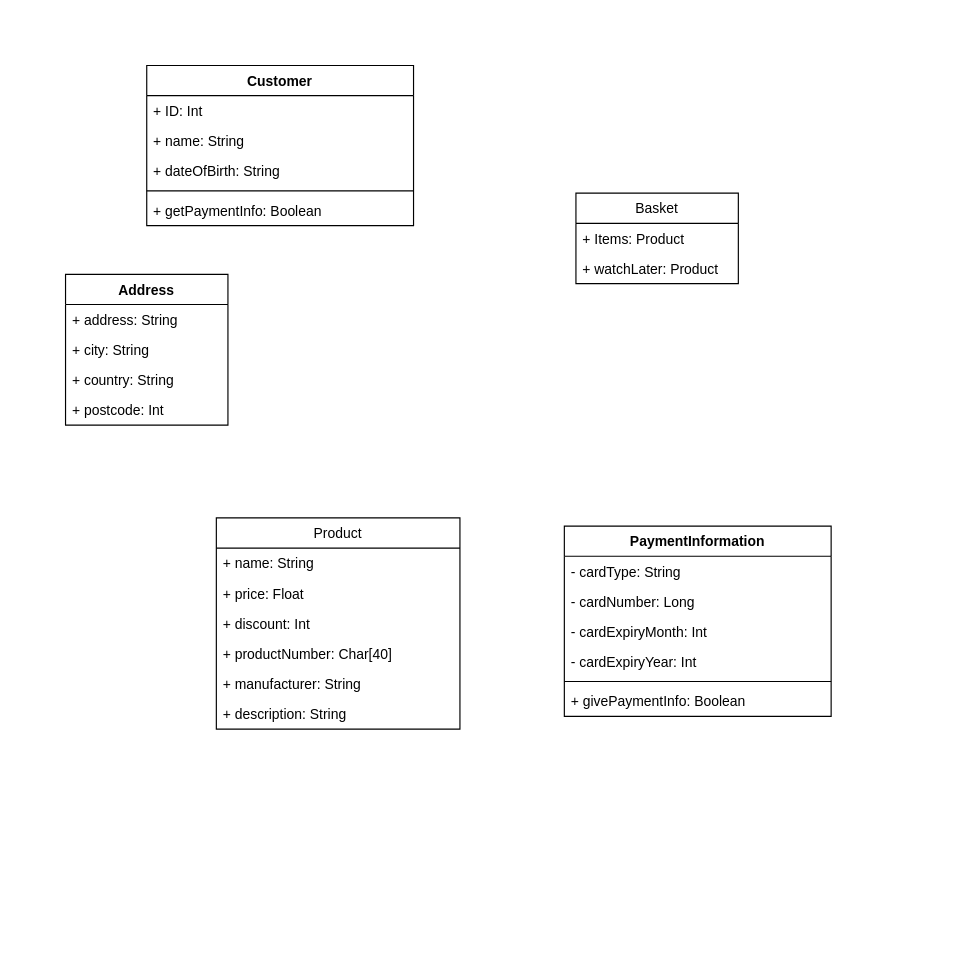
This is Untitled Diagram.drawio from dark-silver/studio_A, a draw.io file, before an edit. Source tidied: cells renumbered, new cells numbered last; positions are measured from the earlier drawing's top-left corner, leaving out a move shared by most shapes. Both pictures are drawn from the tidied source at 116%, with x=0, y=0 at pixel (65, 65).
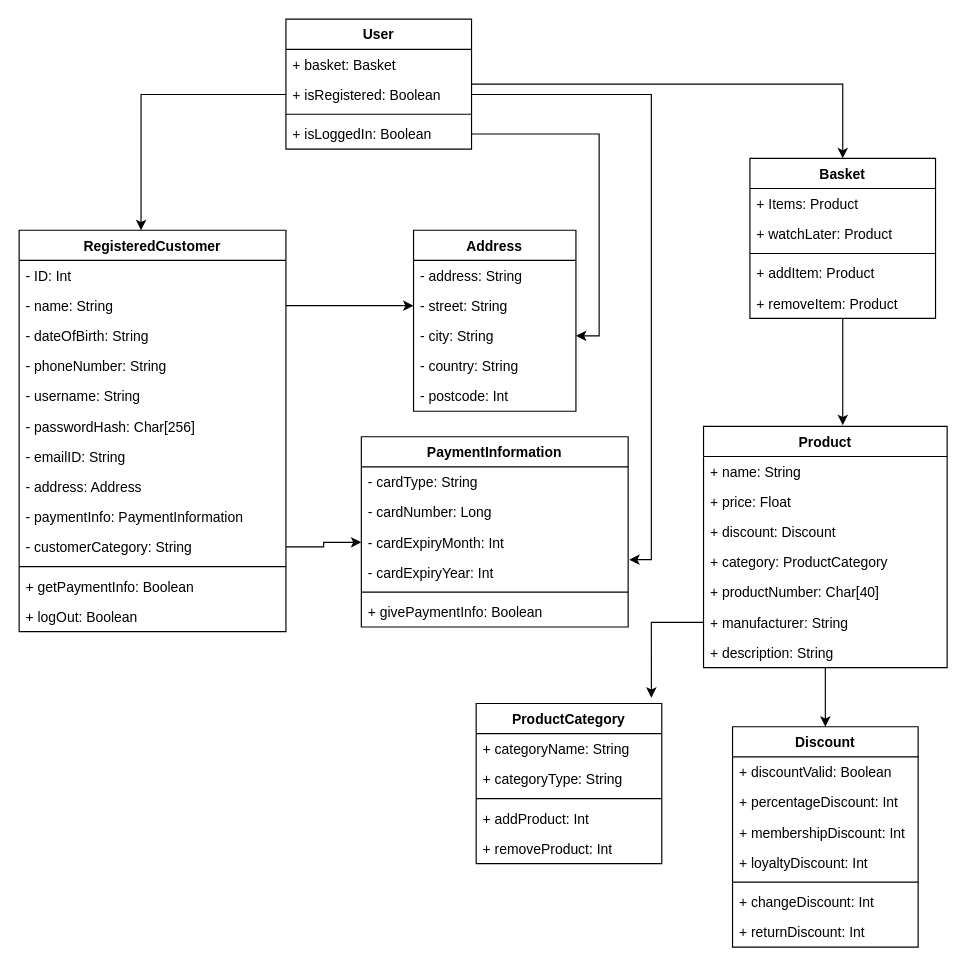
The same page after the edit.

The change refers to these unchanged cells:
```xml
<mxCell id="26" value="- cardExpiryMonth: Int" style="text;strokeColor=none;fillColor=none;align=left;verticalAlign=top;spacingLeft=4;spacingRight=4;overflow=hidden;points=[[0,0.5],[1,0.5]];portConstraint=eastwest;" parent="23" vertex="1">
  <mxGeometry y="78" width="230" height="26" as="geometry" />
</mxCell>
<mxCell id="27" value="- cardExpiryYear: Int" style="text;strokeColor=none;fillColor=none;align=left;verticalAlign=top;spacingLeft=4;spacingRight=4;overflow=hidden;points=[[0,0.5],[1,0.5]];portConstraint=eastwest;" parent="23" vertex="1">
  <mxGeometry y="104" width="230" height="26" as="geometry" />
</mxCell>
```

What changed in the source:
```diff
@@
+    <mxCell id="30" style="edgeStyle=orthogonalEdgeStyle;rounded=0;jettySize=auto;html=1;entryX=0.5;entryY=0;entryDx=0;entryDy=0;endArrow=classic;endFill=1;" parent="1" edge="1" source="2" target="51">
+      <mxGeometry relative="1" as="geometry" />
+    </mxCell>
-    <mxCell id="2" value="Product" style="swimlane;fontStyle=0;horizontal=1;startSize=26;fillColor=none;" parent="1" vertex="1">
-      <mxGeometry x="130" y="390" width="210" height="182" as="geometry" />
+    <mxCell id="2" value="Product" style="swimlane;fontStyle=1;horizontal=1;startSize=26;fillColor=none;" parent="1" vertex="1">
+      <mxGeometry x="550" y="311" width="210" height="208" as="geometry" />
     </mxCell>
@@
-    <mxCell id="5" value="+ discount: Int" style="text;strokeColor=none;fillColor=none;align=left;verticalAlign=top;spacingLeft=4;spacingRight=4;overflow=hidden;" parent="2" vertex="1">
+    <mxCell id="5" value="+ discount: Discount" style="text;strokeColor=none;fillColor=none;align=left;verticalAlign=top;spacingLeft=4;spacingRight=4;overflow=hidden;" parent="2" vertex="1">
       <mxGeometry y="78" width="210" height="26" as="geometry" />
     </mxCell>
+    <mxCell id="31" value="+ category: ProductCategory" style="text;strokeColor=none;fillColor=none;align=left;verticalAlign=top;spacingLeft=4;spacingRight=4;overflow=hidden;" parent="2" vertex="1">
+      <mxGeometry y="104" width="210" height="26" as="geometry" />
+    </mxCell>
     <mxCell id="6" value="+ productNumber: Char[40]" style="text;strokeColor=none;fillColor=none;align=left;verticalAlign=top;spacingLeft=4;spacingRight=4;overflow=hidden;" parent="2" vertex="1">
-      <mxGeometry y="104" width="210" height="26" as="geometry" />
+      <mxGeometry y="130" width="210" height="26" as="geometry" />
     </mxCell>
     <mxCell id="7" value="+ manufacturer: String" style="text;strokeColor=none;fillColor=none;align=left;verticalAlign=top;spacingLeft=4;spacingRight=4;overflow=hidden;points=[[0,0.5],[1,0.5]];portConstraint=eastwest;" parent="2" vertex="1">
-      <mxGeometry y="130" width="210" height="26" as="geometry" />
+      <mxGeometry y="156" width="210" height="26" as="geometry" />
     </mxCell>
     <mxCell id="8" value="+ description: String" style="text;strokeColor=none;fillColor=none;align=left;verticalAlign=top;spacingLeft=4;spacingRight=4;overflow=hidden;" parent="2" vertex="1">
-      <mxGeometry y="156" width="210" height="26" as="geometry" />
+      <mxGeometry y="182" width="210" height="26" as="geometry" />
     </mxCell>
-    <mxCell id="9" value="Customer" style="swimlane;fontStyle=1;align=center;verticalAlign=top;horizontal=1;startSize=26;" parent="1" vertex="1">
-      <mxGeometry x="70" width="230" height="138" as="geometry" />
+    <mxCell id="9" value="RegisteredCustomer" style="swimlane;fontStyle=1;align=center;verticalAlign=top;horizontal=1;startSize=26;" parent="1" vertex="1">
+      <mxGeometry x="-40" y="142" width="230" height="346" as="geometry" />
     </mxCell>
-    <mxCell id="10" value="+ ID: Int" style="text;strokeColor=none;fillColor=none;align=left;verticalAlign=top;spacingLeft=4;spacingRight=4;overflow=hidden;" parent="9" vertex="1">
+    <mxCell id="10" value="- ID: Int" style="text;strokeColor=none;fillColor=none;align=left;verticalAlign=top;spacingLeft=4;spacingRight=4;overflow=hidden;" parent="9" vertex="1">
       <mxGeometry y="26" width="230" height="26" as="geometry" />
     </mxCell>
-    <mxCell id="11" value="+ name: String" style="text;strokeColor=none;fillColor=none;align=left;verticalAlign=top;spacingLeft=4;spacingRight=4;overflow=hidden;points=[[0,0.5],[1,0.5]];portConstraint=eastwest;" parent="9" vertex="1">
+    <mxCell id="11" value="- name: String" style="text;strokeColor=none;fillColor=none;align=left;verticalAlign=top;spacingLeft=4;spacingRight=4;overflow=hidden;points=[[0,0.5],[1,0.5]];portConstraint=eastwest;" parent="9" vertex="1">
       <mxGeometry y="52" width="230" height="26" as="geometry" />
     </mxCell>
-    <mxCell id="12" value="+ dateOfBirth: String" style="text;strokeColor=none;fillColor=none;align=left;verticalAlign=top;spacingLeft=4;spacingRight=4;overflow=hidden;" parent="9" vertex="1">
+    <mxCell id="12" value="- dateOfBirth: String" style="text;strokeColor=none;fillColor=none;align=left;verticalAlign=top;spacingLeft=4;spacingRight=4;overflow=hidden;" parent="9" vertex="1">
       <mxGeometry y="78" width="230" height="26" as="geometry" />
     </mxCell>
+    <mxCell id="32" value="- phoneNumber: String" style="text;strokeColor=none;fillColor=none;align=left;verticalAlign=top;spacingLeft=4;spacingRight=4;overflow=hidden;" parent="9" vertex="1">
+      <mxGeometry y="104" width="230" height="26" as="geometry" />
+    </mxCell>
+    <mxCell id="33" value="- username: String" style="text;strokeColor=none;fillColor=none;align=left;verticalAlign=top;spacingLeft=4;spacingRight=4;overflow=hidden;" parent="9" vertex="1">
+      <mxGeometry y="130" width="230" height="26" as="geometry" />
+    </mxCell>
+    <mxCell id="34" value="- passwordHash: Char[256]" style="text;strokeColor=none;fillColor=none;align=left;verticalAlign=top;spacingLeft=4;spacingRight=4;overflow=hidden;" parent="9" vertex="1">
+      <mxGeometry y="156" width="230" height="26" as="geometry" />
+    </mxCell>
+    <mxCell id="35" value="- emailID: String" style="text;strokeColor=none;fillColor=none;align=left;verticalAlign=top;spacingLeft=4;spacingRight=4;overflow=hidden;" parent="9" vertex="1">
+      <mxGeometry y="182" width="230" height="26" as="geometry" />
+    </mxCell>
+    <mxCell id="36" value="- address: Address" style="text;strokeColor=none;fillColor=none;align=left;verticalAlign=top;spacingLeft=4;spacingRight=4;overflow=hidden;" parent="9" vertex="1">
+      <mxGeometry y="208" width="230" height="26" as="geometry" />
+    </mxCell>
+    <mxCell id="37" value="- paymentInfo: PaymentInformation" style="text;strokeColor=none;fillColor=none;align=left;verticalAlign=top;spacingLeft=4;spacingRight=4;overflow=hidden;" parent="9" vertex="1">
+      <mxGeometry y="234" width="230" height="26" as="geometry" />
+    </mxCell>
+    <mxCell id="38" value="- customerCategory: String" style="text;strokeColor=none;fillColor=none;align=left;verticalAlign=top;spacingLeft=4;spacingRight=4;overflow=hidden;points=[[0,0.5],[1,0.5]];portConstraint=eastwest;" parent="9" vertex="1">
+      <mxGeometry y="260" width="230" height="26" as="geometry" />
+    </mxCell>
     <mxCell id="13" style="line;strokeWidth=1;fillColor=none;align=left;verticalAlign=middle;spacingTop=-1;spacingLeft=3;spacingRight=3;labelPosition=right;" parent="9" vertex="1">
-      <mxGeometry y="104" width="230" height="8" as="geometry" />
+      <mxGeometry y="286" width="230" height="8" as="geometry" />
     </mxCell>
     <mxCell id="14" value="+ getPaymentInfo: Boolean" style="text;strokeColor=none;fillColor=none;align=left;verticalAlign=top;spacingLeft=4;spacingRight=4;overflow=hidden;" parent="9" vertex="1">
-      <mxGeometry y="112" width="230" height="26" as="geometry" />
+      <mxGeometry y="294" width="230" height="26" as="geometry" />
     </mxCell>
-    <mxCell id="15" value="Basket" style="swimlane;fontStyle=0;horizontal=1;startSize=26;fillColor=none;" parent="1" vertex="1">
-      <mxGeometry x="440" y="110" width="140" height="78" as="geometry" />
-    </mxCell>
-    <mxCell id="16" value="+ Items: Product" style="text;strokeColor=none;fillColor=none;align=left;verticalAlign=top;spacingLeft=4;spacingRight=4;overflow=hidden;" parent="15" vertex="1">
-      <mxGeometry y="26" width="140" height="26" as="geometry" />
-    </mxCell>
-    <mxCell id="17" value="+ watchLater: Product" style="text;strokeColor=none;fillColor=none;align=left;verticalAlign=top;spacingLeft=4;spacingRight=4;overflow=hidden;" parent="15" vertex="1">
-      <mxGeometry y="52" width="140" height="26" as="geometry" />
-    </mxCell>
+    <mxCell id="39" value="+ logOut: Boolean" style="text;strokeColor=none;fillColor=none;align=left;verticalAlign=top;spacingLeft=4;spacingRight=4;overflow=hidden;" parent="9" vertex="1">
+      <mxGeometry y="320" width="230" height="26" as="geometry" />
+    </mxCell>
     <mxCell id="18" value="Address" style="swimlane;fontStyle=1;horizontal=1;startSize=26;fillColor=none;" parent="1" vertex="1">
-      <mxGeometry y="180" width="140" height="130" as="geometry" />
+      <mxGeometry x="300" y="142" width="140" height="156" as="geometry" />
     </mxCell>
-    <mxCell id="19" value="+ address: String" style="text;strokeColor=none;fillColor=none;align=left;verticalAlign=top;spacingLeft=4;spacingRight=4;overflow=hidden;" parent="18" vertex="1">
+    <mxCell id="19" value="- address: String" style="text;strokeColor=none;fillColor=none;align=left;verticalAlign=top;spacingLeft=4;spacingRight=4;overflow=hidden;" parent="18" vertex="1">
       <mxGeometry y="26" width="140" height="26" as="geometry" />
     </mxCell>
+    <mxCell id="40" value="- street: String" style="text;strokeColor=none;fillColor=none;align=left;verticalAlign=top;spacingLeft=4;spacingRight=4;overflow=hidden;points=[[0,0.5],[1,0.5]];portConstraint=eastwest;" parent="18" vertex="1">
+      <mxGeometry y="52" width="140" height="26" as="geometry" />
+    </mxCell>
-    <mxCell id="20" value="+ city: String" style="text;strokeColor=none;fillColor=none;align=left;verticalAlign=top;spacingLeft=4;spacingRight=4;overflow=hidden;points=[[0,0.5],[1,0.5]];portConstraint=eastwest;" parent="18" vertex="1">
-      <mxGeometry y="52" width="140" height="26" as="geometry" />
+    <mxCell id="20" value="- city: String" style="text;strokeColor=none;fillColor=none;align=left;verticalAlign=top;spacingLeft=4;spacingRight=4;overflow=hidden;points=[[0,0.5],[1,0.5]];portConstraint=eastwest;" parent="18" vertex="1">
+      <mxGeometry y="78" width="140" height="26" as="geometry" />
     </mxCell>
-    <mxCell id="21" value="+ country: String" style="text;strokeColor=none;fillColor=none;align=left;verticalAlign=top;spacingLeft=4;spacingRight=4;overflow=hidden;" parent="18" vertex="1">
-      <mxGeometry y="78" width="140" height="26" as="geometry" />
+    <mxCell id="21" value="- country: String" style="text;strokeColor=none;fillColor=none;align=left;verticalAlign=top;spacingLeft=4;spacingRight=4;overflow=hidden;" parent="18" vertex="1">
+      <mxGeometry y="104" width="140" height="26" as="geometry" />
     </mxCell>
-    <mxCell id="22" value="+ postcode: Int" style="text;strokeColor=none;fillColor=none;align=left;verticalAlign=top;spacingLeft=4;spacingRight=4;overflow=hidden;" parent="18" vertex="1">
-      <mxGeometry y="104" width="140" height="26" as="geometry" />
+    <mxCell id="22" value="- postcode: Int" style="text;strokeColor=none;fillColor=none;align=left;verticalAlign=top;spacingLeft=4;spacingRight=4;overflow=hidden;" parent="18" vertex="1">
+      <mxGeometry y="130" width="140" height="26" as="geometry" />
     </mxCell>
     <mxCell id="23" value="PaymentInformation" style="swimlane;fontStyle=1;align=center;verticalAlign=top;horizontal=1;startSize=26;" parent="1" vertex="1">
-      <mxGeometry x="430" y="397" width="230" height="164" as="geometry" />
+      <mxGeometry x="255" y="320" width="230" height="164" as="geometry" />
     </mxCell>
@@
+    <mxCell id="41" style="edgeStyle=orthogonalEdgeStyle;rounded=0;jettySize=auto;html=1;endArrow=classic;endFill=1;" parent="1" edge="1" source="15">
+      <mxGeometry relative="1" as="geometry">
+        <mxPoint x="670" y="310" as="targetPoint" />
+      </mxGeometry>
+    </mxCell>
+    <mxCell id="15" value="Basket" style="swimlane;fontStyle=1;align=center;verticalAlign=top;horizontal=1;startSize=26;labelBorderColor=none;strokeColor=default;fillColor=none;" parent="1" vertex="1">
+      <mxGeometry x="590" y="80" width="160" height="138" as="geometry" />
+    </mxCell>
+    <mxCell id="16" value="+ Items: Product" style="text;strokeColor=none;fillColor=none;align=left;verticalAlign=top;spacingLeft=4;spacingRight=4;overflow=hidden;labelBorderColor=none;" parent="15" vertex="1">
+      <mxGeometry y="26" width="160" height="26" as="geometry" />
+    </mxCell>
+    <mxCell id="17" value="+ watchLater: Product" style="text;strokeColor=none;fillColor=none;align=left;verticalAlign=top;spacingLeft=4;spacingRight=4;overflow=hidden;labelBorderColor=none;" parent="15" vertex="1">
+      <mxGeometry y="52" width="160" height="26" as="geometry" />
+    </mxCell>
+    <mxCell id="42" style="line;strokeWidth=1;fillColor=none;align=left;verticalAlign=middle;spacingTop=-1;spacingLeft=3;spacingRight=3;labelPosition=right;labelBorderColor=none;" parent="15" vertex="1">
+      <mxGeometry y="78" width="160" height="8" as="geometry" />
+    </mxCell>
+    <mxCell id="43" value="+ addItem: Product" style="text;strokeColor=none;fillColor=none;align=left;verticalAlign=top;spacingLeft=4;spacingRight=4;overflow=hidden;labelBorderColor=none;" parent="15" vertex="1">
+      <mxGeometry y="86" width="160" height="26" as="geometry" />
+    </mxCell>
+    <mxCell id="44" value="+ removeItem: Product" style="text;strokeColor=none;fillColor=none;align=left;verticalAlign=top;spacingLeft=4;spacingRight=4;overflow=hidden;labelBorderColor=none;" parent="15" vertex="1">
+      <mxGeometry y="112" width="160" height="26" as="geometry" />
+    </mxCell>
+    <mxCell id="45" value="ProductCategory" style="swimlane;fontStyle=1;align=center;verticalAlign=top;horizontal=1;startSize=26;labelBorderColor=none;strokeColor=default;fillColor=none;" parent="1" vertex="1">
+      <mxGeometry x="354" y="550" width="160" height="138" as="geometry" />
+    </mxCell>
+    <mxCell id="46" value="+ categoryName: String" style="text;strokeColor=none;fillColor=none;align=left;verticalAlign=top;spacingLeft=4;spacingRight=4;overflow=hidden;labelBorderColor=none;" parent="45" vertex="1">
+      <mxGeometry y="26" width="160" height="26" as="geometry" />
+    </mxCell>
+    <mxCell id="47" value="+ categoryType: String" style="text;strokeColor=none;fillColor=none;align=left;verticalAlign=top;spacingLeft=4;spacingRight=4;overflow=hidden;labelBorderColor=none;" parent="45" vertex="1">
+      <mxGeometry y="52" width="160" height="26" as="geometry" />
+    </mxCell>
+    <mxCell id="48" style="line;strokeWidth=1;fillColor=none;align=left;verticalAlign=middle;spacingTop=-1;spacingLeft=3;spacingRight=3;labelPosition=right;labelBorderColor=none;" parent="45" vertex="1">
+      <mxGeometry y="78" width="160" height="8" as="geometry" />
+    </mxCell>
+    <mxCell id="49" value="+ addProduct: Int" style="text;strokeColor=none;fillColor=none;align=left;verticalAlign=top;spacingLeft=4;spacingRight=4;overflow=hidden;labelBorderColor=none;" parent="45" vertex="1">
+      <mxGeometry y="86" width="160" height="26" as="geometry" />
+    </mxCell>
+    <mxCell id="50" value="+ removeProduct: Int" style="text;strokeColor=none;fillColor=none;align=left;verticalAlign=top;spacingLeft=4;spacingRight=4;overflow=hidden;labelBorderColor=none;" parent="45" vertex="1">
+      <mxGeometry y="112" width="160" height="26" as="geometry" />
+    </mxCell>
+    <mxCell id="51" value="Discount" style="swimlane;fontStyle=1;align=center;verticalAlign=top;horizontal=1;startSize=26;labelBorderColor=none;strokeColor=default;fillColor=none;" parent="1" vertex="1">
+      <mxGeometry x="575" y="570" width="160" height="190" as="geometry" />
+    </mxCell>
+    <mxCell id="52" value="+ discountValid: Boolean" style="text;strokeColor=none;fillColor=none;align=left;verticalAlign=top;spacingLeft=4;spacingRight=4;overflow=hidden;labelBorderColor=none;" parent="51" vertex="1">
+      <mxGeometry y="26" width="160" height="26" as="geometry" />
+    </mxCell>
+    <mxCell id="53" value="+ percentageDiscount: Int" style="text;strokeColor=none;fillColor=none;align=left;verticalAlign=top;spacingLeft=4;spacingRight=4;overflow=hidden;labelBorderColor=none;" parent="51" vertex="1">
+      <mxGeometry y="52" width="160" height="26" as="geometry" />
+    </mxCell>
+    <mxCell id="54" value="+ membershipDiscount: Int" style="text;strokeColor=none;fillColor=none;align=left;verticalAlign=top;spacingLeft=4;spacingRight=4;overflow=hidden;labelBorderColor=none;" parent="51" vertex="1">
+      <mxGeometry y="78" width="160" height="26" as="geometry" />
+    </mxCell>
+    <mxCell id="55" value="+ loyaltyDiscount: Int" style="text;strokeColor=none;fillColor=none;align=left;verticalAlign=top;spacingLeft=4;spacingRight=4;overflow=hidden;labelBorderColor=none;" parent="51" vertex="1">
+      <mxGeometry y="104" width="160" height="26" as="geometry" />
+    </mxCell>
+    <mxCell id="56" style="line;strokeWidth=1;fillColor=none;align=left;verticalAlign=middle;spacingTop=-1;spacingLeft=3;spacingRight=3;labelPosition=right;labelBorderColor=none;" parent="51" vertex="1">
+      <mxGeometry y="130" width="160" height="8" as="geometry" />
+    </mxCell>
+    <mxCell id="57" value="+ changeDiscount: Int" style="text;strokeColor=none;fillColor=none;align=left;verticalAlign=top;spacingLeft=4;spacingRight=4;overflow=hidden;labelBorderColor=none;" parent="51" vertex="1">
+      <mxGeometry y="138" width="160" height="26" as="geometry" />
+    </mxCell>
+    <mxCell id="58" value="+ returnDiscount: Int" style="text;strokeColor=none;fillColor=none;align=left;verticalAlign=top;spacingLeft=4;spacingRight=4;overflow=hidden;labelBorderColor=none;" parent="51" vertex="1">
+      <mxGeometry y="164" width="160" height="26" as="geometry" />
+    </mxCell>
+    <mxCell id="59" style="edgeStyle=orthogonalEdgeStyle;rounded=0;jettySize=auto;html=1;entryX=0.5;entryY=0;entryDx=0;entryDy=0;" parent="1" edge="1" source="60" target="15">
+      <mxGeometry relative="1" as="geometry" />
+    </mxCell>
+    <mxCell id="60" value="User" style="swimlane;fontStyle=1;align=center;verticalAlign=top;horizontal=1;startSize=26;labelBorderColor=none;strokeColor=default;fillColor=none;" parent="1" vertex="1">
+      <mxGeometry x="190" y="-40" width="160" height="112" as="geometry" />
+    </mxCell>
+    <mxCell id="61" value="+ basket: Basket" style="text;strokeColor=none;fillColor=none;align=left;verticalAlign=top;spacingLeft=4;spacingRight=4;overflow=hidden;labelBorderColor=none;" parent="60" vertex="1">
+      <mxGeometry y="26" width="160" height="26" as="geometry" />
+    </mxCell>
+    <mxCell id="62" value="+ isRegistered: Boolean" style="text;strokeColor=none;fillColor=none;align=left;verticalAlign=top;spacingLeft=4;spacingRight=4;overflow=hidden;points=[[0,0.5],[1,0.5]];portConstraint=eastwest;labelBorderColor=none;" parent="60" vertex="1">
+      <mxGeometry y="52" width="160" height="26" as="geometry" />
+    </mxCell>
+    <mxCell id="63" style="line;strokeWidth=1;fillColor=none;align=left;verticalAlign=middle;spacingTop=-1;spacingLeft=3;spacingRight=3;labelPosition=right;labelBorderColor=none;" parent="60" vertex="1">
+      <mxGeometry y="78" width="160" height="8" as="geometry" />
+    </mxCell>
+    <mxCell id="64" value="+ isLoggedIn: Boolean" style="text;strokeColor=none;fillColor=none;align=left;verticalAlign=top;spacingLeft=4;spacingRight=4;overflow=hidden;points=[[0,0.5],[1,0.5]];portConstraint=eastwest;labelBorderColor=none;" parent="60" vertex="1">
+      <mxGeometry y="86" width="160" height="26" as="geometry" />
+    </mxCell>
+    <mxCell id="65" style="edgeStyle=orthogonalEdgeStyle;rounded=0;jettySize=auto;html=1;entryX=0.457;entryY=0;entryDx=0;entryDy=0;entryPerimeter=0;endArrow=classic;endFill=1;" parent="1" edge="1" source="62" target="9">
+      <mxGeometry relative="1" as="geometry" />
+    </mxCell>
+    <mxCell id="66" style="edgeStyle=orthogonalEdgeStyle;rounded=0;jettySize=auto;html=1;exitX=1;exitY=0.5;exitDx=0;exitDy=0;entryX=0;entryY=0.5;entryDx=0;entryDy=0;" parent="1" edge="1" source="38" target="26">
+      <mxGeometry relative="1" as="geometry" />
+    </mxCell>
+    <mxCell id="67" style="edgeStyle=orthogonalEdgeStyle;rounded=0;jettySize=auto;html=1;entryX=0;entryY=0.5;entryDx=0;entryDy=0;" parent="1" edge="1" source="11" target="40">
+      <mxGeometry relative="1" as="geometry" />
+    </mxCell>
+    <mxCell id="68" style="edgeStyle=orthogonalEdgeStyle;rounded=0;jettySize=auto;html=1;entryX=1;entryY=0.5;entryDx=0;entryDy=0;" parent="1" edge="1" source="64" target="20">
+      <mxGeometry relative="1" as="geometry" />
+    </mxCell>
+    <mxCell id="69" style="edgeStyle=orthogonalEdgeStyle;rounded=0;jettySize=auto;html=1;exitX=1;exitY=0.5;exitDx=0;exitDy=0;entryX=1.004;entryY=0.077;entryDx=0;entryDy=0;entryPerimeter=0;" parent="1" edge="1" source="62" target="27">
+      <mxGeometry relative="1" as="geometry" />
+    </mxCell>
+    <mxCell id="70" style="edgeStyle=orthogonalEdgeStyle;rounded=0;jettySize=auto;html=1;entryX=0.944;entryY=-0.036;entryDx=0;entryDy=0;entryPerimeter=0;endArrow=classic;endFill=1;" parent="1" edge="1" source="7" target="45">
+      <mxGeometry relative="1" as="geometry" />
+    </mxCell>
```
